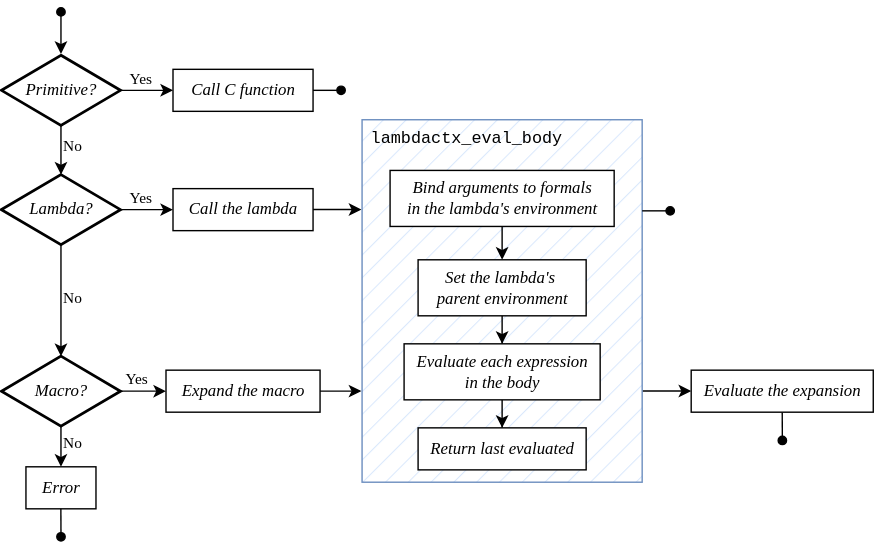
The draw.io diagram doc/diagrams/sl_apply.svg in 8dcc/sl, before a commit. Source tidied: cells renumbered, new cells last; positions are measured from the earlier drawing's top-left corner, leaving out a move shared by most shapes.
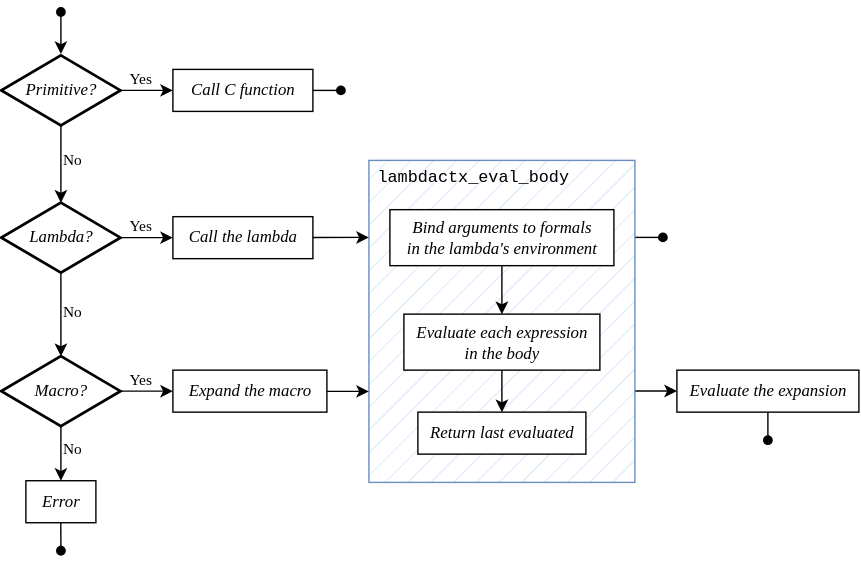
The same file after the commit.

Change to the diagram source:
```diff
@@ -2,11 +2,27 @@
   <root>
     <mxCell id="0" />
     <mxCell id="1" parent="0" />
+    <mxCell id="39" style="endArrow=classic;html=1;rounded=0;exitX=1;exitY=0.75;exitDx=0;exitDy=0;" parent="1" edge="1" target="30">
+      <mxGeometry relative="1" as="geometry">
+        <mxPoint x="452" y="270.7" as="sourcePoint" />
+      </mxGeometry>
+    </mxCell>
+    <mxCell id="40" style="edgeStyle=orthogonalEdgeStyle;rounded=0;orthogonalLoop=1;jettySize=auto;html=1;endArrow=oval;endFill=1;" parent="1" edge="1">
+      <mxGeometry relative="1" as="geometry">
+        <mxPoint x="452" y="161" as="sourcePoint" />
+        <mxPoint x="472" y="161" as="targetPoint" />
+      </mxGeometry>
+    </mxCell>
     <mxCell id="2" style="rounded=0;whiteSpace=wrap;html=1;fillStyle=hatch;fillColor=#dae8fc;strokeColor=#6c8ebf;" parent="1" vertex="1">
-      <mxGeometry x="257" y="77" width="200" height="258.8" as="geometry" />
+      <mxGeometry x="262" y="106" width="190" height="230" as="geometry" />
     </mxCell>
     <mxCell id="3" style="edgeStyle=orthogonalEdgeStyle;rounded=0;jettySize=auto;html=1;" parent="1" edge="1" source="23" target="32">
-      <mxGeometry relative="1" as="geometry" />
+      <mxGeometry relative="1" as="geometry">
+        <Array as="points">
+          <mxPoint x="102" y="161" />
+          <mxPoint x="102" y="161" />
+        </Array>
+      </mxGeometry>
     </mxCell>
     <mxCell id="4" value="Yes" style="edgeLabel;html=1;align=center;verticalAlign=bottom;rotation=0;fontFamily=Times New Roman;fontStyle=0;" parent="3" vertex="1">
       <mxGeometry relative="1" as="geometry">
@@ -14,7 +30,12 @@
       </mxGeometry>
     </mxCell>
     <mxCell id="5" style="edgeStyle=orthogonalEdgeStyle;rounded=0;jettySize=auto;html=1;" parent="1" edge="1" source="10" target="7">
-      <mxGeometry relative="1" as="geometry" />
+      <mxGeometry relative="1" as="geometry">
+        <Array as="points">
+          <mxPoint x="102" y="56" />
+          <mxPoint x="102" y="56" />
+        </Array>
+      </mxGeometry>
     </mxCell>
     <mxCell id="6" value="Yes" style="edgeLabel;html=1;align=center;verticalAlign=bottom;rotation=0;fontFamily=Times New Roman;fontStyle=0;" parent="5" vertex="1">
       <mxGeometry relative="1" as="geometry">
@@ -24,17 +45,27 @@
     <mxCell id="7" value="&lt;font face=&quot;Times New Roman&quot;&gt;&lt;i&gt;Call C function&lt;br&gt;&lt;/i&gt;&lt;/font&gt;" style="text;html=1;align=center;verticalAlign=middle;points=[];strokeColor=default;fillColor=default;" parent="1" vertex="1">
       <mxGeometry x="122" y="41" width="100" height="30" as="geometry" />
     </mxCell>
-    <mxCell id="8" style="edgeStyle=orthogonalEdgeStyle;rounded=0;jettySize=auto;html=1;" parent="1" edge="1" source="9" target="25">
-      <mxGeometry relative="1" as="geometry" />
+    <mxCell id="8" style="edgeStyle=orthogonalEdgeStyle;rounded=0;jettySize=auto;html=1;" parent="1" edge="1" source="9" target="27">
+      <mxGeometry relative="1" as="geometry">
+        <Array as="points">
+          <mxPoint x="357" y="196" />
+          <mxPoint x="357" y="196" />
+        </Array>
+      </mxGeometry>
     </mxCell>
     <mxCell id="9" value="&lt;div&gt;Bind arguments to formals&lt;/div&gt;&lt;div&gt;in the lambda's environment&lt;br&gt;&lt;/div&gt;" style="text;html=1;align=center;verticalAlign=middle;points=[];strokeColor=default;fillColor=default;fontFamily=Times New Roman;fontStyle=2;" parent="1" vertex="1">
-      <mxGeometry x="277" y="113.2" width="160" height="40" as="geometry" />
+      <mxGeometry x="277" y="141.2" width="160" height="40" as="geometry" />
     </mxCell>
     <mxCell id="10" value="&lt;font face=&quot;Times New Roman&quot;&gt;&lt;i&gt;Primitive?&lt;/i&gt;&lt;/font&gt;" style="strokeWidth=2;html=1;shape=mxgraph.flowchart.decision;whiteSpace=wrap;" parent="1" vertex="1">
       <mxGeometry x="-0.5" y="31" width="85" height="50" as="geometry" />
     </mxCell>
     <mxCell id="11" style="edgeStyle=orthogonalEdgeStyle;rounded=0;jettySize=auto;html=1;" parent="1" edge="1" source="10" target="23">
-      <mxGeometry relative="1" as="geometry" />
+      <mxGeometry relative="1" as="geometry">
+        <Array as="points">
+          <mxPoint x="42" y="96" />
+          <mxPoint x="42" y="96" />
+        </Array>
+      </mxGeometry>
     </mxCell>
     <mxCell id="12" value="&lt;font&gt;No&lt;/font&gt;" style="edgeLabel;html=1;align=left;verticalAlign=middle;fontFamily=Times New Roman;" parent="11" vertex="1">
       <mxGeometry relative="1" as="geometry">
@@ -56,10 +87,15 @@
       </mxGeometry>
     </mxCell>
     <mxCell id="16" value="Expand the macro" style="text;html=1;align=center;verticalAlign=middle;points=[];strokeColor=default;fillColor=default;fontFamily=Times New Roman;fontStyle=2;" parent="1" vertex="1">
-      <mxGeometry x="117" y="255.8" width="110" height="30" as="geometry" />
+      <mxGeometry x="122" y="255.8" width="110" height="30" as="geometry" />
     </mxCell>
     <mxCell id="17" style="edgeStyle=orthogonalEdgeStyle;rounded=0;jettySize=auto;html=1;" parent="1" edge="1" source="38" target="16">
-      <mxGeometry relative="1" as="geometry" />
+      <mxGeometry relative="1" as="geometry">
+        <Array as="points">
+          <mxPoint x="102" y="271" />
+          <mxPoint x="102" y="271" />
+        </Array>
+      </mxGeometry>
     </mxCell>
     <mxCell id="18" value="Yes" style="edgeLabel;html=1;align=center;verticalAlign=bottom;rotation=0;fontFamily=Times New Roman;fontStyle=0;" parent="17" vertex="1">
       <mxGeometry relative="1" as="geometry">
@@ -67,10 +103,15 @@
       </mxGeometry>
     </mxCell>
     <mxCell id="19" value="Error" style="text;html=1;align=center;verticalAlign=middle;points=[];strokeColor=default;fillColor=default;fontFamily=Times New Roman;fontStyle=2;" parent="1" vertex="1">
-      <mxGeometry x="17" y="324.8" width="50" height="30" as="geometry" />
+      <mxGeometry x="17" y="334.8" width="50" height="30" as="geometry" />
     </mxCell>
     <mxCell id="20" style="edgeStyle=orthogonalEdgeStyle;rounded=0;jettySize=auto;html=1;" parent="1" edge="1" source="38" target="19">
-      <mxGeometry relative="1" as="geometry" />
+      <mxGeometry relative="1" as="geometry">
+        <Array as="points">
+          <mxPoint x="42" y="306" />
+          <mxPoint x="42" y="306" />
+        </Array>
+      </mxGeometry>
     </mxCell>
     <mxCell id="21" value="&lt;font&gt;No&lt;/font&gt;" style="edgeLabel;html=1;align=left;verticalAlign=middle;fontFamily=Times New Roman;" parent="20" vertex="1">
       <mxGeometry relative="1" as="geometry">
@@ -79,73 +120,59 @@
     </mxCell>
     <mxCell id="22" style="edgeStyle=orthogonalEdgeStyle;rounded=0;orthogonalLoop=1;jettySize=auto;html=1;endArrow=oval;endFill=1;" parent="1" edge="1">
       <mxGeometry relative="1" as="geometry">
-        <mxPoint x="41.9" y="354.8" as="sourcePoint" />
-        <mxPoint x="42" y="374.8" as="targetPoint" />
+        <mxPoint x="41.9" y="364.8" as="sourcePoint" />
+        <mxPoint x="42" y="384.8" as="targetPoint" />
       </mxGeometry>
     </mxCell>
     <mxCell id="23" value="&lt;font face=&quot;Times New Roman&quot;&gt;&lt;i&gt;Lambda?&lt;/i&gt;&lt;/font&gt;" style="strokeWidth=2;html=1;shape=mxgraph.flowchart.decision;whiteSpace=wrap;" parent="1" vertex="1">
-      <mxGeometry x="-0.5" y="116.2" width="85" height="50" as="geometry" />
+      <mxGeometry x="-0.5" y="136.2" width="85" height="50" as="geometry" />
     </mxCell>
-    <mxCell id="24" style="edgeStyle=orthogonalEdgeStyle;rounded=0;jettySize=auto;html=1;" parent="1" edge="1" source="25" target="27">
-      <mxGeometry relative="1" as="geometry" />
-    </mxCell>
-    <mxCell id="25" value="&lt;div&gt;Set the lambda's&amp;nbsp;&lt;/div&gt;&lt;div&gt;parent environment&lt;/div&gt;" style="text;html=1;align=center;verticalAlign=middle;points=[];strokeColor=default;fillColor=default;fontFamily=Times New Roman;fontStyle=2;" parent="1" vertex="1">
-      <mxGeometry x="297" y="177" width="120" height="40" as="geometry" />
-    </mxCell>
     <mxCell id="26" style="edgeStyle=orthogonalEdgeStyle;rounded=0;jettySize=auto;html=1;" parent="1" edge="1" source="27" target="28">
-      <mxGeometry relative="1" as="geometry" />
+      <mxGeometry relative="1" as="geometry">
+        <Array as="points">
+          <mxPoint x="357" y="276" />
+          <mxPoint x="357" y="276" />
+        </Array>
+      </mxGeometry>
     </mxCell>
     <mxCell id="27" value="&lt;div&gt;Evaluate each expression&lt;/div&gt;&lt;div&gt;in the body&lt;br&gt;&lt;/div&gt;" style="text;html=1;align=center;verticalAlign=middle;points=[];strokeColor=default;fillColor=default;fontFamily=Times New Roman;fontStyle=2;" parent="1" vertex="1">
-      <mxGeometry x="287" y="237" width="140" height="40" as="geometry" />
+      <mxGeometry x="287" y="215.8" width="140" height="40" as="geometry" />
     </mxCell>
     <mxCell id="28" value="Return last evaluated" style="text;html=1;align=center;verticalAlign=middle;points=[];strokeColor=default;fillColor=default;fontFamily=Times New Roman;fontStyle=2;" parent="1" vertex="1">
-      <mxGeometry x="297" y="297" width="120" height="30" as="geometry" />
+      <mxGeometry x="297" y="285.8" width="120" height="30" as="geometry" />
     </mxCell>
     <mxCell id="29" value="&lt;font face=&quot;Courier New&quot;&gt;lambdactx_eval_body&lt;/font&gt;" style="text;html=1;align=center;verticalAlign=middle;whiteSpace=wrap;rounded=0;" parent="1" vertex="1">
-      <mxGeometry x="257" y="80" width="150" height="20" as="geometry" />
+      <mxGeometry x="262" y="108" width="150" height="20" as="geometry" />
     </mxCell>
     <mxCell id="30" value="Evaluate the expansion" style="text;html=1;align=center;verticalAlign=middle;points=[];strokeColor=default;fillColor=default;fontFamily=Times New Roman;fontStyle=2;" parent="1" vertex="1">
-      <mxGeometry x="492" y="255.8" width="130" height="30" as="geometry" />
+      <mxGeometry x="482" y="255.8" width="130" height="30" as="geometry" />
     </mxCell>
-    <mxCell id="31" style="edgeStyle=orthogonalEdgeStyle;rounded=0;orthogonalLoop=1;jettySize=auto;html=1;endArrow=oval;endFill=1;" parent="1" edge="1">
-      <mxGeometry relative="1" as="geometry">
-        <mxPoint x="457" y="142.1" as="sourcePoint" />
-        <mxPoint x="477" y="142.1" as="targetPoint" />
-      </mxGeometry>
-    </mxCell>
     <mxCell id="32" value="Call the lambda" style="text;html=1;align=center;verticalAlign=middle;points=[];strokeColor=default;fillColor=default;fontFamily=Times New Roman;fontStyle=2;" parent="1" vertex="1">
-      <mxGeometry x="122" y="126.2" width="100" height="30" as="geometry" />
+      <mxGeometry x="122" y="146.2" width="100" height="30" as="geometry" />
     </mxCell>
-    <mxCell id="33" style="edgeStyle=orthogonalEdgeStyle;rounded=0;orthogonalLoop=1;jettySize=auto;html=1;endArrow=oval;endFill=1;" parent="1" edge="1">
+    <mxCell id="33" style="edgeStyle=orthogonalEdgeStyle;rounded=0;jettySize=auto;html=1;endArrow=oval;endFill=1;" parent="1" edge="1" source="30">
       <mxGeometry relative="1" as="geometry">
-        <mxPoint x="557" y="286" as="sourcePoint" />
-        <mxPoint x="557.1" y="306" as="targetPoint" />
+        <mxPoint x="547.1" y="306" as="targetPoint" />
       </mxGeometry>
     </mxCell>
-    <mxCell id="34" style="edgeStyle=orthogonalEdgeStyle;rounded=0;orthogonalLoop=1;jettySize=auto;html=1;endArrow=oval;endFill=1;" parent="1" edge="1">
+    <mxCell id="34" style="edgeStyle=orthogonalEdgeStyle;rounded=0;jettySize=auto;html=1;endArrow=oval;endFill=1;" parent="1" edge="1" source="7">
       <mxGeometry relative="1" as="geometry">
-        <mxPoint x="222" y="56" as="sourcePoint" />
         <mxPoint x="242" y="56" as="targetPoint" />
       </mxGeometry>
     </mxCell>
-    <mxCell id="35" style="endArrow=classic;html=1;rounded=0;" parent="1" edge="1">
+    <mxCell id="35" style="endArrow=classic;html=1;rounded=0;" parent="1" edge="1" source="32">
       <mxGeometry relative="1" as="geometry">
-        <mxPoint x="222" y="141.1" as="sourcePoint" />
-        <mxPoint x="256.5" y="141.1" as="targetPoint" />
+        <mxPoint x="262" y="161" as="targetPoint" />
       </mxGeometry>
     </mxCell>
-    <mxCell id="36" style="endArrow=classic;html=1;rounded=0;" parent="1" edge="1">
+    <mxCell id="36" style="endArrow=classic;html=1;rounded=0;edgeStyle=orthogonalEdgeStyle;" parent="1" edge="1" source="16">
       <mxGeometry relative="1" as="geometry">
-        <mxPoint x="227" y="270.8" as="sourcePoint" />
-        <mxPoint x="256.5" y="270.8" as="targetPoint" />
+        <mxPoint x="262" y="271" as="targetPoint" />
+        <Array as="points">
+          <mxPoint x="247" y="271" />
+        </Array>
       </mxGeometry>
     </mxCell>
-    <mxCell id="37" style="endArrow=classic;html=1;rounded=0;" parent="1" edge="1">
-      <mxGeometry relative="1" as="geometry">
-        <mxPoint x="457.5" y="270.7" as="sourcePoint" />
-        <mxPoint x="492" y="270.7" as="targetPoint" />
-      </mxGeometry>
-    </mxCell>
     <mxCell id="38" value="&lt;font face=&quot;Times New Roman&quot;&gt;&lt;i&gt;Macro?&lt;/i&gt;&lt;/font&gt;" style="strokeWidth=2;html=1;shape=mxgraph.flowchart.decision;whiteSpace=wrap;" parent="1" vertex="1">
       <mxGeometry x="-0.5" y="245.8" width="85" height="50" as="geometry" />
     </mxCell>
```
